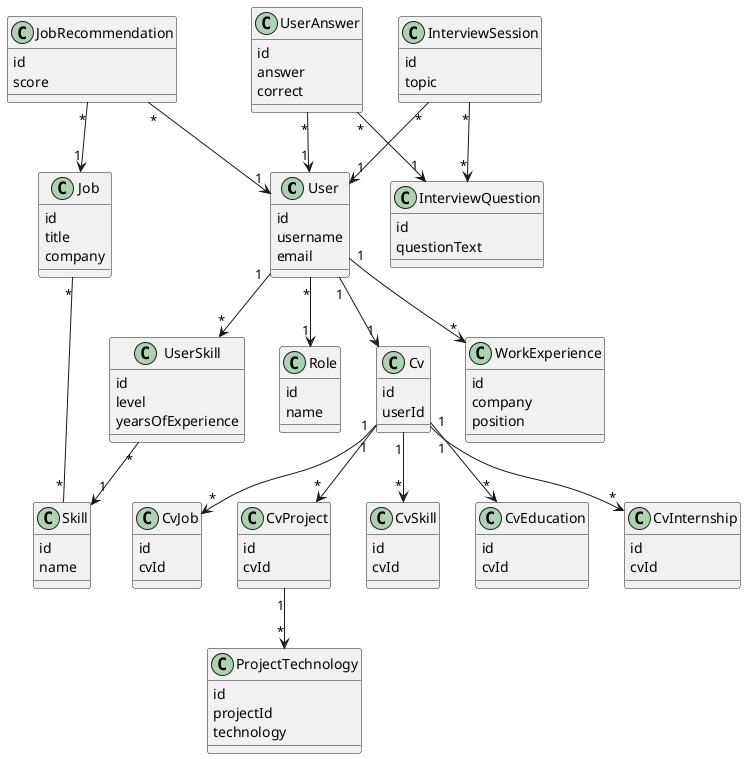
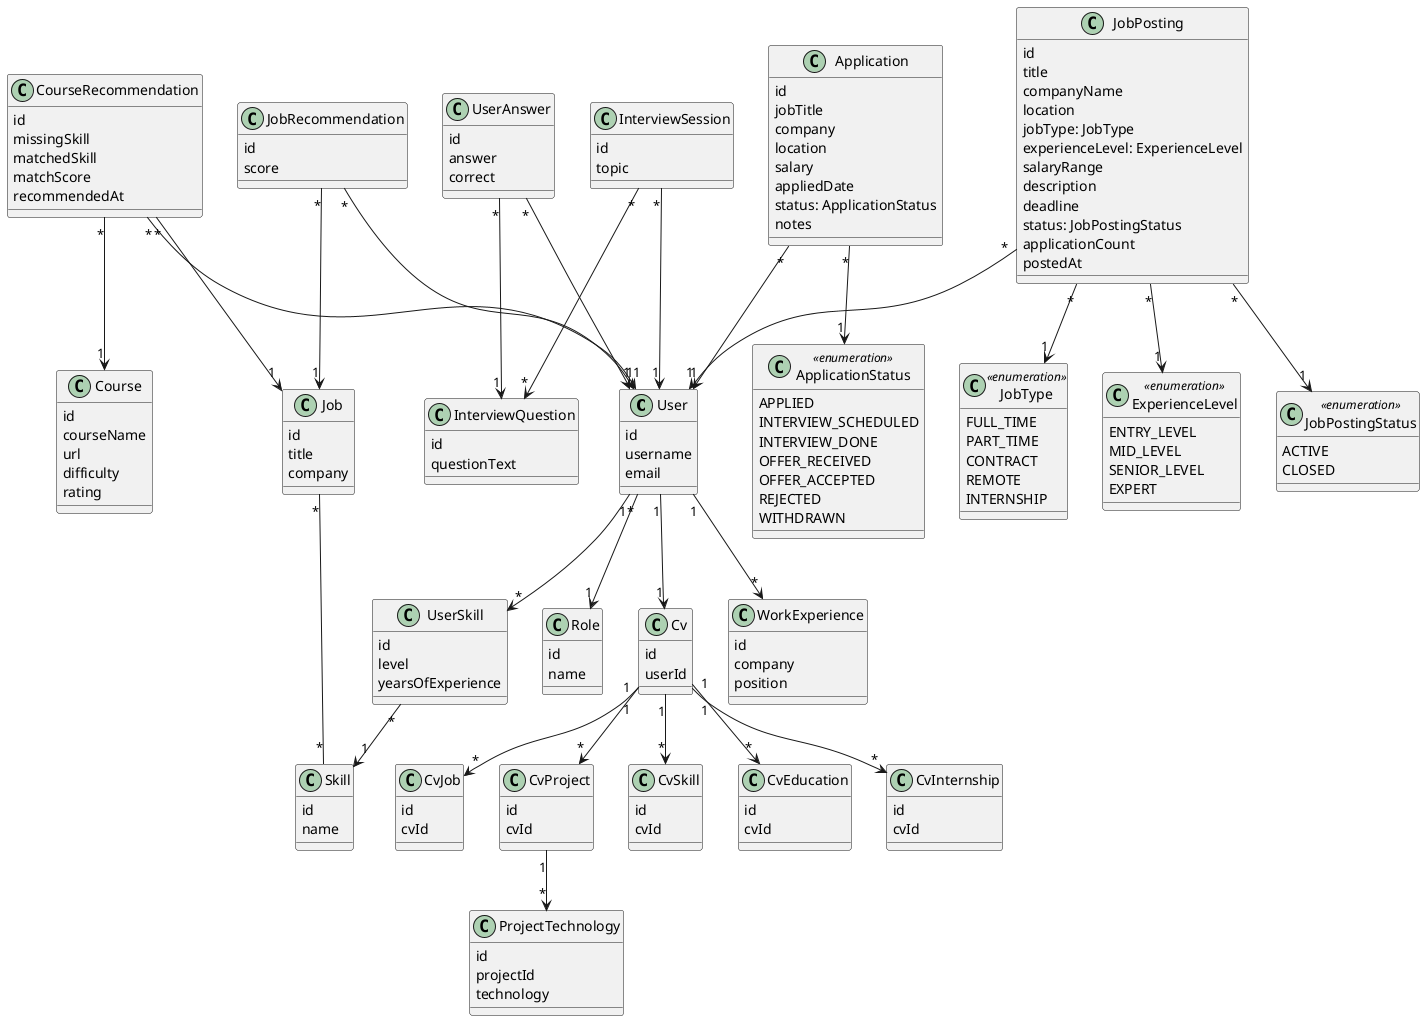
@startuml

' =======================
' Core Entities
' =======================

class User {
    id
    username
    email
}

class Role {
    id
    name
}


class Skill {
    id
    name
}


class Job {
    id
    title
    company
}

class JobRecommendation {
    id
    score
}

class InterviewSession {
    id
    topic
}

class InterviewQuestion {
    id
    questionText
}

class UserAnswer {
    id
    answer
    correct
}

class WorkExperience {
    id
    company
    position
}

class UserSkill {
    id
    level
    yearsOfExperience
}

' =======================
' CV Entities (FIXED)
' =======================

class Cv {
    id
    userId
}

class CvEducation {
    id
    cvId
}

class CvInternship {
    id
    cvId
}

class CvJob {
    id
    cvId
}

class CvProject {
    id
    cvId
}

class CvSkill {
    id
    cvId
}

class ProjectTechnology {
    id
    projectId
    technology
+ }
+ 
+ ' =======================
+ ' Application Tracker Entities
+ ' =======================
+ 
+ class Application {
+     id
+     jobTitle
+     company
+     location
+     salary
+     appliedDate
+     status: ApplicationStatus
+     notes
+ }
+ 
+ class ApplicationStatus <<enumeration>> {
+     APPLIED
+     INTERVIEW_SCHEDULED
+     INTERVIEW_DONE
+     OFFER_RECEIVED
+     OFFER_ACCEPTED
+     REJECTED
+     WITHDRAWN
+ }
+ 
+ ' =======================
+ ' Recruiter Entities
+ ' =======================
+ 
+ class JobPosting {
+     id
+     title
+     companyName
+     location
+     jobType: JobType
+     experienceLevel: ExperienceLevel
+     salaryRange
+     description
+     deadline
+     status: JobPostingStatus
+     applicationCount
+     postedAt
+ }
+ 
+ class JobType <<enumeration>> {
+     FULL_TIME
+     PART_TIME
+     CONTRACT
+     REMOTE
+     INTERNSHIP
+ }
+ 
+ class ExperienceLevel <<enumeration>> {
+     ENTRY_LEVEL
+     MID_LEVEL
+     SENIOR_LEVEL
+     EXPERT
+ }
+ 
+ class JobPostingStatus <<enumeration>> {
+     ACTIVE
+     CLOSED
+ }
+ 
+ ' =======================
+ ' Course Recommendation Entities
+ ' =======================
+ 
+ class Course {
+     id
+     courseName
+     url
+     difficulty
+     rating
+ }
+ 
+ class CourseRecommendation {
+     id
+     missingSkill
+     matchedSkill
+     matchScore
+     recommendedAt
}

' =======================
' Relationships
' =======================

User "*" --> "1" Role


User "1" --> "*" WorkExperience
User "1" --> "*" UserSkill
User "1" --> "1" Cv

UserSkill "*" --> "1" Skill
Job "*" -- "*" Skill

JobRecommendation "*" --> "1" User
JobRecommendation "*" --> "1" Job

InterviewSession "*" --> "1" User
InterviewSession "*" --> "*" InterviewQuestion


UserAnswer "*" --> "1" User
UserAnswer "*" --> "1" InterviewQuestion
Cv "1" --> "*" CvEducation
Cv "1" --> "*" CvInternship
Cv "1" --> "*" CvJob
Cv "1" --> "*" CvProject
Cv "1" --> "*" CvSkill

' Project technologies belong to CvProject (logical fix)
CvProject "1" --> "*" ProjectTechnology

+ CourseRecommendation "*" --> "1" User
+ CourseRecommendation "*" --> "1" Job
+ CourseRecommendation "*" --> "1" Course
+ 
+ Application "*" --> "1" User
+ Application "*" --> "1" ApplicationStatus
+ 
+ JobPosting "*" --> "1" User
+ JobPosting "*" --> "1" JobType
+ JobPosting "*" --> "1" ExperienceLevel
+ JobPosting "*" --> "1" JobPostingStatus
+ 
@enduml